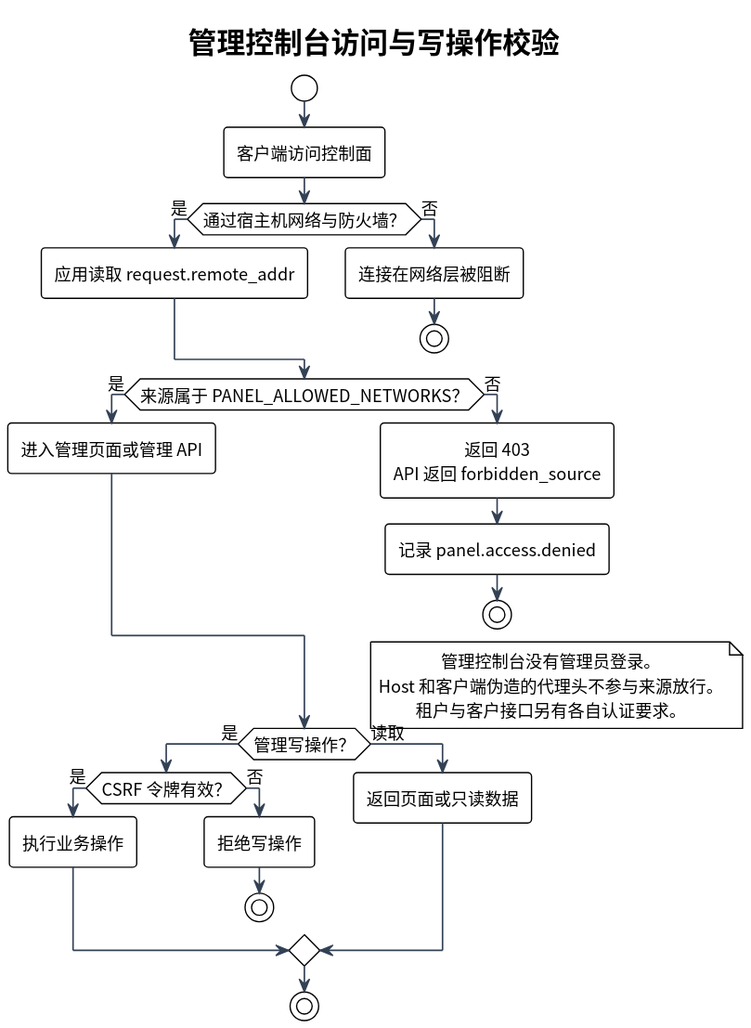
Above: docs/diagrams/panel-access-decision.svg in i-zrhe2016/ai-routing-panel (PlantUML), before the change.
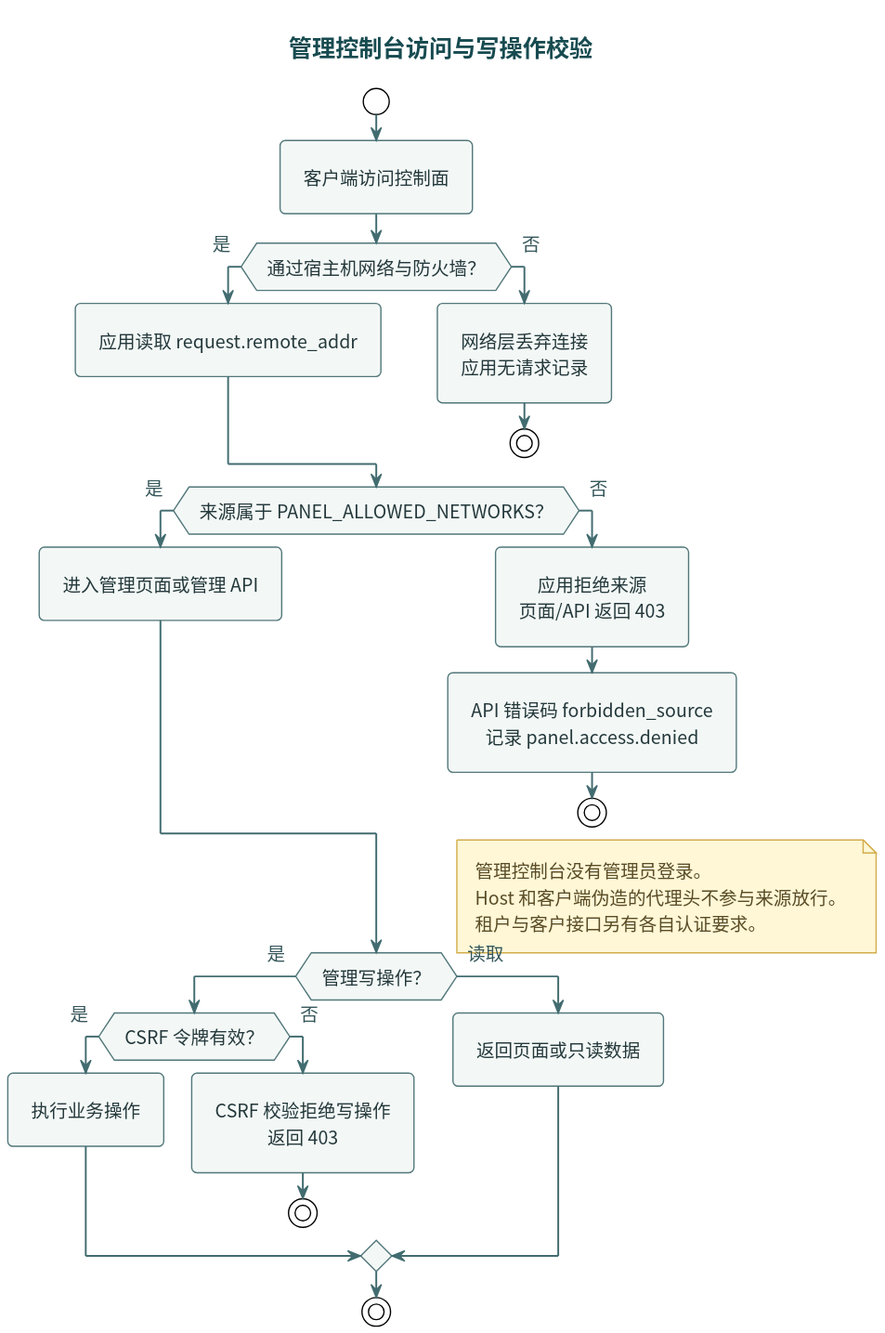
The same diagram one commit later.

The edit, as a diff of the source:
```diff
@@ -7,21 +7,21 @@
 if (通过宿主机网络与防火墙？) then (是)
   :应用读取 request.remote_addr;
 else (否)
-  :连接在网络层被阻断;
+  :网络层丢弃连接\n应用无请求记录;
   stop
 endif
 if (来源属于 PANEL_ALLOWED_NETWORKS？) then (是)
   :进入管理页面或管理 API;
 else (否)
-  :返回 403\nAPI 返回 forbidden_source;
-  :记录 panel.access.denied;
+  :应用拒绝来源\n页面/API 返回 403;
+  :API 错误码 forbidden_source\n记录 panel.access.denied;
   stop
 endif
 if (管理写操作？) then (是)
   if (CSRF 令牌有效？) then (是)
     :执行业务操作;
   else (否)
-    :拒绝写操作;
+    :CSRF 校验拒绝写操作\n返回 403;
     stop
   endif
 else (读取)
```
